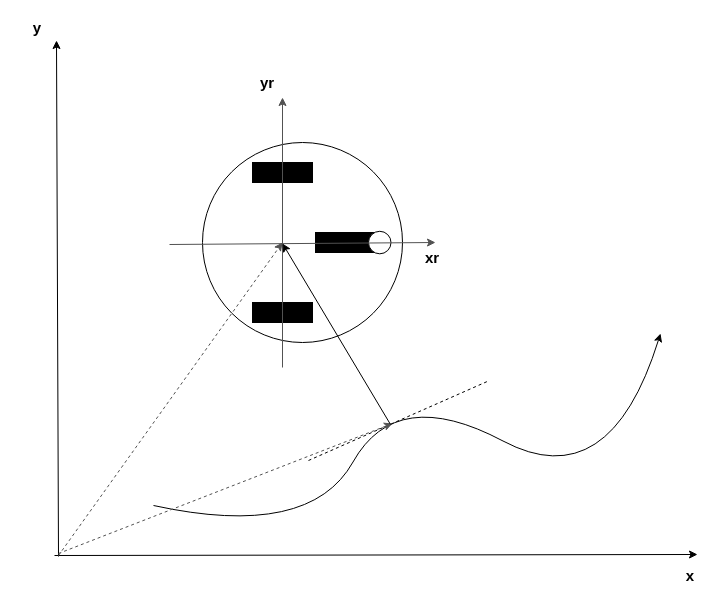
This is POS/SISTEMA ROBÓTICO AUTÔNOMO/ATIVIDADE 30-06/pionner.drawio from kaikecc/UFRN, a draw.io file, before an edit. Source tidied: cells renumbered, new cells numbered last; positions are measured from the earlier drawing's top-left corner, leaving out a move shared by most shapes. Both pictures are drawn from the tidied source at 100%, with x=0, y=0 at pixel (17, 17).
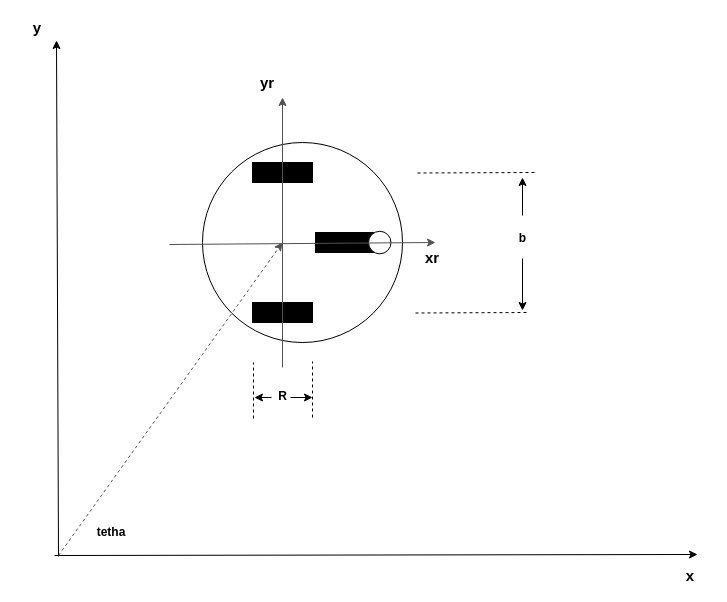
After the change.

Change to the diagram source:
```diff
@@
-    <mxCell id="16" style="curved=1;endArrow=classic;html=1;" parent="1" edge="1">
-      <mxGeometry relative="1" as="geometry">
-        <mxPoint x="136" y="488" as="sourcePoint" />
-        <mxPoint x="643" y="316" as="targetPoint" />
-        <Array as="points">
-          <mxPoint x="292" y="522" />
-          <mxPoint x="379" y="367" />
-          <mxPoint x="592" y="480" />
-        </Array>
-      </mxGeometry>
-    </mxCell>
-    <mxCell id="17" style="endArrow=none;dashed=1;html=1;" parent="1" edge="1">
-      <mxGeometry relative="1" as="geometry">
-        <mxPoint x="291" y="443" as="sourcePoint" />
-        <mxPoint x="472" y="363" as="targetPoint" />
-      </mxGeometry>
-    </mxCell>
-    <mxCell id="18" style="endArrow=classic;html=1;strokeColor=#525252;dashed=1;" parent="1" edge="1">
-      <mxGeometry relative="1" as="geometry">
-        <mxPoint x="41" y="536" as="sourcePoint" />
-        <mxPoint x="375" y="406" as="targetPoint" />
-      </mxGeometry>
-    </mxCell>
-    <mxCell id="19" style="endArrow=classic;html=1;" parent="1" edge="1">
-      <mxGeometry relative="1" as="geometry">
-        <mxPoint x="373" y="407" as="sourcePoint" />
-        <mxPoint x="265" y="226" as="targetPoint" />
-      </mxGeometry>
-    </mxCell>
+    <mxCell id="20" style="endArrow=none;dashed=1;html=1;" parent="1" edge="1">
+      <mxGeometry relative="1" as="geometry">
+        <mxPoint x="400" y="155.5" as="sourcePoint" />
+        <mxPoint x="519" y="155" as="targetPoint" />
+      </mxGeometry>
+    </mxCell>
+    <mxCell id="21" style="endArrow=none;dashed=1;html=1;" parent="1" edge="1">
+      <mxGeometry relative="1" as="geometry">
+        <mxPoint x="398" y="295.5" as="sourcePoint" />
+        <mxPoint x="512" y="295" as="targetPoint" />
+      </mxGeometry>
+    </mxCell>
+    <mxCell id="22" style="endArrow=classic;html=1;" parent="1" edge="1">
+      <mxGeometry relative="1" as="geometry">
+        <mxPoint x="505" y="198" as="sourcePoint" />
+        <mxPoint x="505" y="160" as="targetPoint" />
+      </mxGeometry>
+    </mxCell>
+    <mxCell id="23" value="&lt;b&gt;b&lt;/b&gt;" style="text;html=1;strokeColor=none;fillColor=none;align=center;verticalAlign=middle;whiteSpace=wrap;rounded=0;" parent="1" vertex="1">
+      <mxGeometry x="494" y="214" width="23" height="14" as="geometry" />
+    </mxCell>
+    <mxCell id="24" style="endArrow=classic;html=1;" parent="1" edge="1">
+      <mxGeometry relative="1" as="geometry">
+        <mxPoint x="505" y="241" as="sourcePoint" />
+        <mxPoint x="505" y="293" as="targetPoint" />
+      </mxGeometry>
+    </mxCell>
+    <mxCell id="25" style="endArrow=none;dashed=1;html=1;" parent="1" edge="1">
+      <mxGeometry relative="1" as="geometry">
+        <mxPoint x="236" y="401" as="sourcePoint" />
+        <mxPoint x="236" y="345" as="targetPoint" />
+      </mxGeometry>
+    </mxCell>
+    <mxCell id="26" style="endArrow=none;dashed=1;html=1;" parent="1" edge="1">
+      <mxGeometry relative="1" as="geometry">
+        <mxPoint x="295" y="400" as="sourcePoint" />
+        <mxPoint x="295" y="344" as="targetPoint" />
+      </mxGeometry>
+    </mxCell>
+    <mxCell id="27" value="&lt;b&gt;R&lt;/b&gt;" style="text;html=1;strokeColor=none;fillColor=none;align=center;verticalAlign=middle;whiteSpace=wrap;rounded=0;" parent="1" vertex="1">
+      <mxGeometry x="258.5" y="373" width="13" height="11" as="geometry" />
+    </mxCell>
+    <mxCell id="28" style="endArrow=classic;html=1;" parent="1" edge="1">
+      <mxGeometry relative="1" as="geometry">
+        <mxPoint x="273" y="380" as="sourcePoint" />
+        <mxPoint x="295" y="380" as="targetPoint" />
+      </mxGeometry>
+    </mxCell>
+    <mxCell id="29" style="endArrow=classic;html=1;" parent="1" edge="1">
+      <mxGeometry relative="1" as="geometry">
+        <mxPoint x="254" y="380" as="sourcePoint" />
+        <mxPoint x="237" y="380" as="targetPoint" />
+      </mxGeometry>
+    </mxCell>
+    <mxCell id="30" value="&lt;b&gt;tetha&lt;/b&gt;" style="text;html=1;strokeColor=none;fillColor=none;align=center;verticalAlign=middle;whiteSpace=wrap;rounded=0;" parent="1" vertex="1">
+      <mxGeometry x="74" y="505" width="40" height="20" as="geometry" />
+    </mxCell>
```
